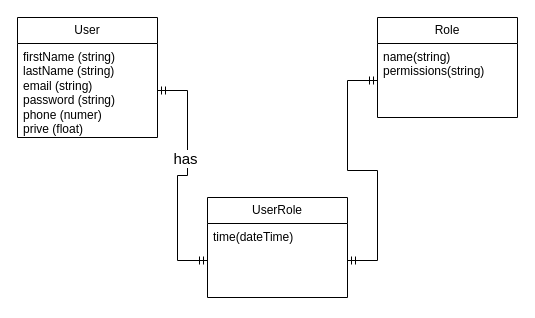
This is dataModeling/conceptualmodel.drawio from jarisiber/invoice-note, a draw.io file, before an edit. Source tidied: cells renumbered, new cells numbered last; positions are measured from the earlier drawing's top-left corner, leaving out a move shared by most shapes. Both pictures are drawn from the tidied source at 100%, with x=0, y=0 at pixel (17, 17).
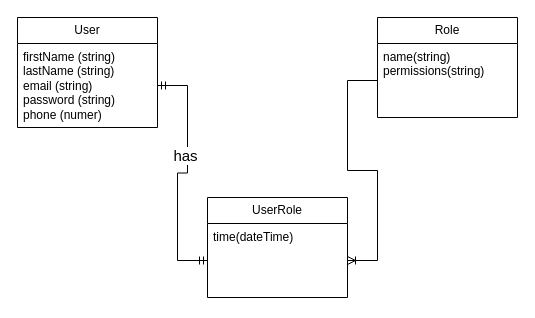
Above is the later version.

The edit, as a diff of the source:
```diff
@@
 <mxGraphModel>
   <root>
     <mxCell id="0" />
     <mxCell id="1" parent="0" />
     <mxCell id="2" value="User" style="swimlane;fontStyle=0;horizontal=1;startSize=26;fillColor=none;whiteSpace=wrap;html=1;" parent="1" vertex="1">
-      <mxGeometry width="140" height="120" as="geometry" />
+      <mxGeometry width="140" height="110" as="geometry" />
     </mxCell>
-    <mxCell id="3" value="firstName (string)&lt;br&gt;lastName (string)&lt;br&gt;email (string)&lt;br&gt;password (string)&lt;br&gt;phone (numer)&lt;br&gt;prive (float)" style="text;strokeColor=none;fillColor=none;align=left;verticalAlign=top;spacingLeft=4;spacingRight=4;overflow=hidden;points=[[0,0.5],[1,0.5]];portConstraint=eastwest;whiteSpace=wrap;html=1;" parent="2" vertex="1">
-      <mxGeometry y="26" width="140" height="94" as="geometry" />
+    <mxCell id="3" value="firstName (string)&lt;br&gt;lastName (string)&lt;br&gt;email (string)&lt;br&gt;password (string)&lt;br&gt;phone (numer)" style="text;strokeColor=none;fillColor=none;align=left;verticalAlign=top;spacingLeft=4;spacingRight=4;overflow=hidden;points=[[0,0.5],[1,0.5]];portConstraint=eastwest;whiteSpace=wrap;html=1;" parent="2" vertex="1">
+      <mxGeometry y="26" width="140" height="84" as="geometry" />
     </mxCell>
     <mxCell id="4" value="Role" style="swimlane;fontStyle=0;horizontal=1;startSize=26;fillColor=none;whiteSpace=wrap;html=1;" parent="1" vertex="1">
       <mxGeometry x="360" width="140" height="100" as="geometry" />
     </mxCell>
     <mxCell id="5" value="name(string)&lt;br&gt;permissions(string)" style="text;strokeColor=none;fillColor=none;align=left;verticalAlign=top;spacingLeft=4;spacingRight=4;overflow=hidden;points=[[0,0.5],[1,0.5]];portConstraint=eastwest;whiteSpace=wrap;html=1;" parent="4" vertex="1">
       <mxGeometry y="26" width="140" height="74" as="geometry" />
     </mxCell>
     <mxCell id="6" style="edgeStyle=entityRelationEdgeStyle;fontSize=12;html=1;endArrow=ERmandOne;startArrow=ERmandOne;rounded=0;entryX=0;entryY=0.5;entryDx=0;entryDy=0;exitX=1;exitY=0.5;exitDx=0;exitDy=0;" parent="1" edge="1" source="3" target="9">
       <mxGeometry relative="1" as="geometry">
         <Array as="points">
           <mxPoint x="160" y="120" />
           <mxPoint x="160" y="110" />
         </Array>
       </mxGeometry>
     </mxCell>
     <mxCell id="7" value="has" style="edgeLabel;html=1;align=center;verticalAlign=middle;fontSize=15;" parent="6" vertex="1">
       <mxGeometry x="-0.19" y="-3" relative="1" as="geometry" />
     </mxCell>
     <mxCell id="8" value="UserRole" style="swimlane;fontStyle=0;horizontal=1;startSize=26;fillColor=none;whiteSpace=wrap;html=1;" parent="1" vertex="1">
       <mxGeometry x="190" y="180" width="140" height="100" as="geometry" />
     </mxCell>
     <mxCell id="9" value="time(dateTime)" style="text;strokeColor=none;fillColor=none;align=left;verticalAlign=top;spacingLeft=4;spacingRight=4;overflow=hidden;points=[[0,0.5],[1,0.5]];portConstraint=eastwest;whiteSpace=wrap;html=1;" parent="8" vertex="1">
       <mxGeometry y="26" width="140" height="74" as="geometry" />
     </mxCell>
-    <mxCell id="10" style="edgeStyle=entityRelationEdgeStyle;fontSize=12;html=1;endArrow=ERmandOne;startArrow=ERmandOne;rounded=0;entryX=0;entryY=0.5;entryDx=0;entryDy=0;exitX=1;exitY=0.5;exitDx=0;exitDy=0;" parent="1" edge="1" source="9" target="5">
-      <mxGeometry relative="1" as="geometry" />
-    </mxCell>
+    <mxCell id="11" style="edgeStyle=entityRelationEdgeStyle;fontSize=12;html=1;endArrow=ERoneToMany;rounded=0;exitX=0;exitY=0.5;exitDx=0;exitDy=0;entryX=1;entryY=0.5;entryDx=0;entryDy=0;" parent="1" edge="1" source="5" target="9">
+      <mxGeometry relative="1" as="geometry" />
+    </mxCell>
   </root>
 </mxGraphModel>
```
